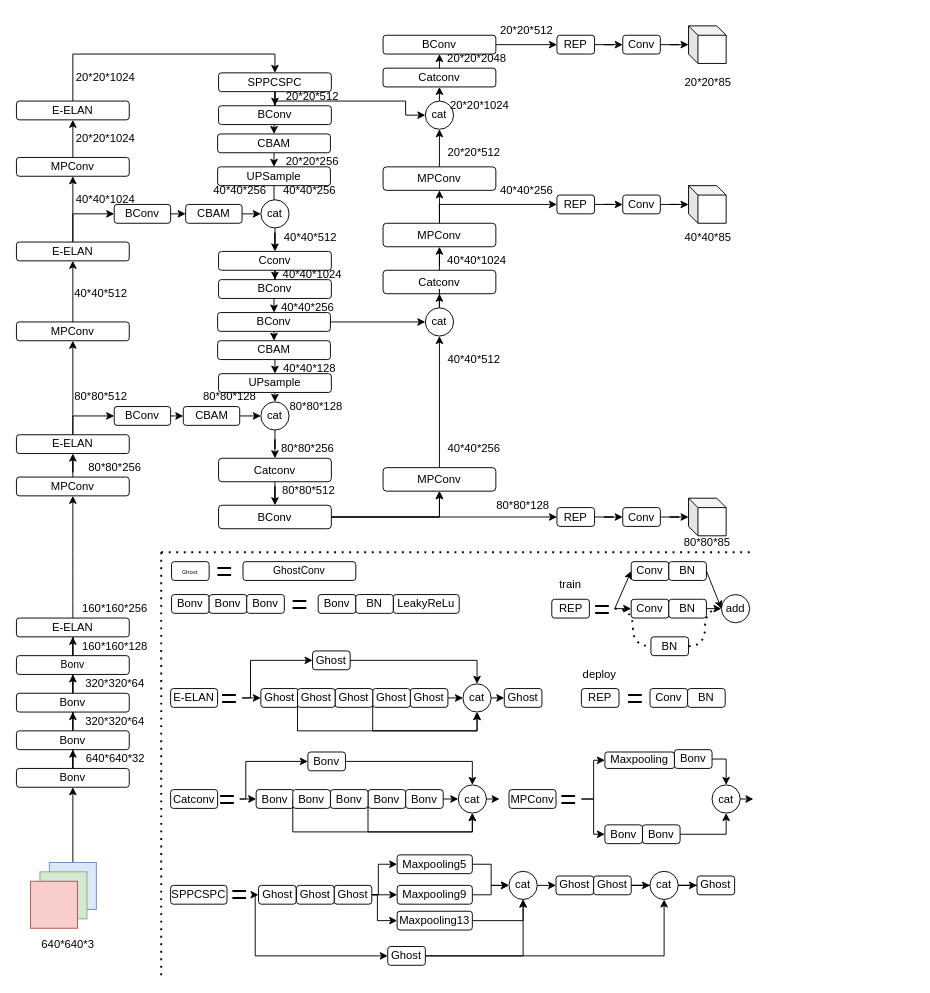
This is yolov7-xs3.drawio from YANGJUNYAN0715/papers, a draw.io file, before an edit. Source tidied: cells renumbered, new cells numbered last; positions are measured from the earlier drawing's top-left corner, leaving out a move shared by most shapes. Both pictures are drawn from the tidied source at 94%, with x=0, y=0 at pixel (16, 16).
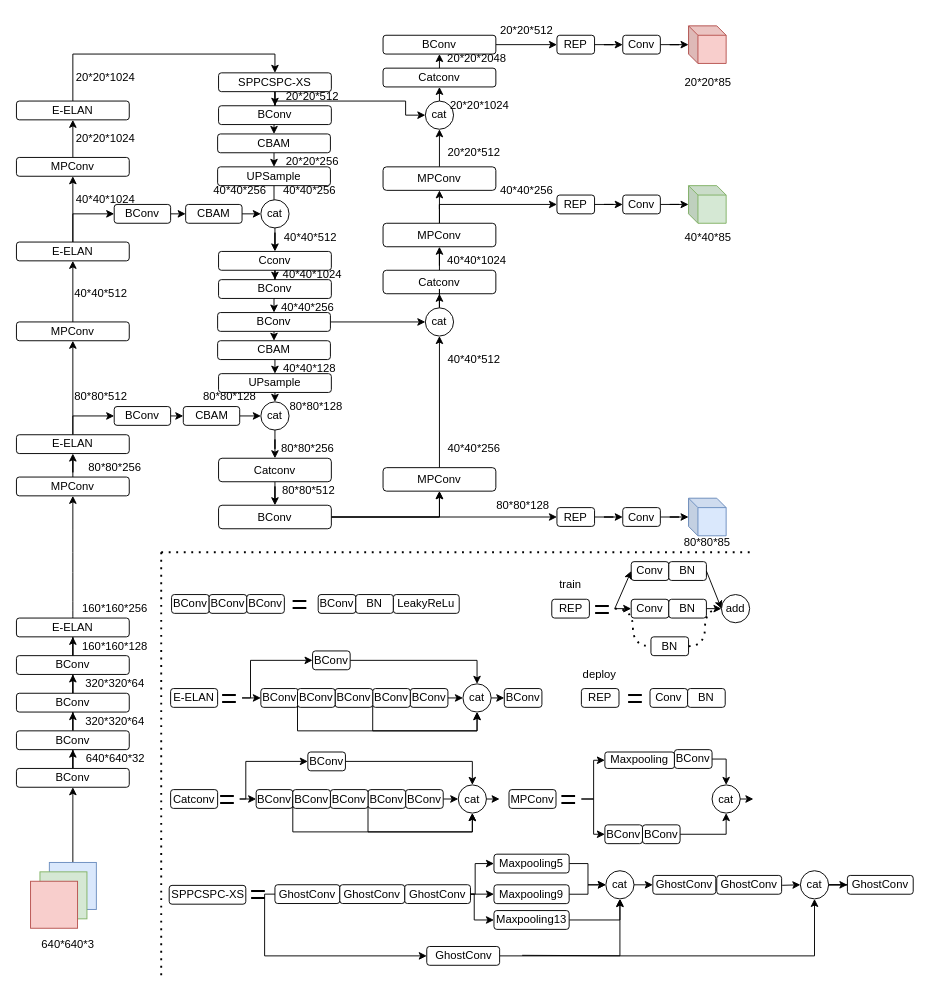
After the change.

Change to the diagram source:
```diff
@@
-    <mxCell id="7" value="Bonv" style="rounded=1;whiteSpace=wrap;html=1;" parent="1" vertex="1">
+    <mxCell id="7" value="BConv" style="rounded=1;whiteSpace=wrap;html=1;" parent="1" vertex="1">
       <mxGeometry y="800" width="120" height="20" as="geometry" />
     </mxCell>
@@
-    <mxCell id="9" value="Bonv" style="rounded=1;whiteSpace=wrap;html=1;" parent="1" vertex="1">
+    <mxCell id="9" value="BConv" style="rounded=1;whiteSpace=wrap;html=1;" parent="1" vertex="1">
       <mxGeometry y="760" width="120" height="20" as="geometry" />
     </mxCell>
@@
-    <mxCell id="11" value="Bonv" style="rounded=1;whiteSpace=wrap;html=1;" parent="1" vertex="1">
+    <mxCell id="11" value="BConv" style="rounded=1;whiteSpace=wrap;html=1;" parent="1" vertex="1">
       <mxGeometry y="720" width="120" height="20" as="geometry" />
     </mxCell>
@@
-    <mxCell id="13" value="&lt;font style=&quot;font-size: 11px;&quot;&gt;Bonv&lt;/font&gt;" style="rounded=1;whiteSpace=wrap;html=1;" parent="1" vertex="1">
+    <mxCell id="13" value="BConv" style="rounded=1;whiteSpace=wrap;html=1;" parent="1" vertex="1">
       <mxGeometry y="680" width="120" height="20" as="geometry" />
     </mxCell>
@@
-    <mxCell id="30" value="SPPCSPC" style="rounded=1;whiteSpace=wrap;html=1;" parent="1" vertex="1">
+    <mxCell id="30" value="SPPCSPC-XS" style="rounded=1;whiteSpace=wrap;html=1;" parent="1" vertex="1">
       <mxGeometry x="215" y="60" width="120" height="20" as="geometry" />
     </mxCell>
@@
-    <mxCell id="87" style="shape=cube;whiteSpace=wrap;html=1;boundedLbl=1;backgroundOutline=1;darkOpacity=0.05;darkOpacity2=0.1;size=10;fontStyle=1;" parent="1" vertex="1">
+    <mxCell id="87" style="shape=cube;whiteSpace=wrap;html=1;boundedLbl=1;backgroundOutline=1;darkOpacity=0.05;darkOpacity2=0.1;size=10;fontStyle=1;fillColor=#f8cecc;strokeColor=#b85450;" parent="1" vertex="1">
       <mxGeometry x="715" y="10" width="40" height="40" as="geometry" />
     </mxCell>
-    <mxCell id="88" style="shape=cube;whiteSpace=wrap;html=1;boundedLbl=1;backgroundOutline=1;darkOpacity=0.05;darkOpacity2=0.1;size=10;" parent="1" vertex="1">
+    <mxCell id="88" style="shape=cube;whiteSpace=wrap;html=1;boundedLbl=1;backgroundOutline=1;darkOpacity=0.05;darkOpacity2=0.1;size=10;fillColor=#d5e8d4;strokeColor=#82b366;" parent="1" vertex="1">
       <mxGeometry x="715" y="180" width="40" height="40" as="geometry" />
     </mxCell>
-    <mxCell id="89" style="shape=cube;whiteSpace=wrap;html=1;boundedLbl=1;backgroundOutline=1;darkOpacity=0.05;darkOpacity2=0.1;size=10;" parent="1" vertex="1">
+    <mxCell id="89" style="shape=cube;whiteSpace=wrap;html=1;boundedLbl=1;backgroundOutline=1;darkOpacity=0.05;darkOpacity2=0.1;size=10;fillColor=#dae8fc;strokeColor=#6c8ebf;" parent="1" vertex="1">
       <mxGeometry x="715" y="512.5" width="40" height="40" as="geometry" />
     </mxCell>
@@
-    <mxCell id="92" value="Bonv" style="rounded=1;whiteSpace=wrap;html=1;" parent="1" vertex="1">
+    <mxCell id="92" value="BConv" style="rounded=1;whiteSpace=wrap;html=1;" parent="1" vertex="1">
       <mxGeometry x="165" y="615" width="40" height="20" as="geometry" />
     </mxCell>
-    <mxCell id="93" value="Bonv" style="rounded=1;whiteSpace=wrap;html=1;" parent="1" vertex="1">
+    <mxCell id="93" value="BConv" style="rounded=1;whiteSpace=wrap;html=1;" parent="1" vertex="1">
       <mxGeometry x="205" y="615" width="40" height="20" as="geometry" />
     </mxCell>
-    <mxCell id="94" value="Bonv" style="rounded=1;whiteSpace=wrap;html=1;" parent="1" vertex="1">
+    <mxCell id="94" value="BConv" style="rounded=1;whiteSpace=wrap;html=1;" parent="1" vertex="1">
       <mxGeometry x="245" y="615" width="40" height="20" as="geometry" />
     </mxCell>
-    <mxCell id="95" value="Bonv" style="rounded=1;whiteSpace=wrap;html=1;" parent="1" vertex="1">
+    <mxCell id="95" value="BConv" style="rounded=1;whiteSpace=wrap;html=1;" parent="1" vertex="1">
       <mxGeometry x="321" y="615" width="40" height="20" as="geometry" />
     </mxCell>
@@
-    <mxCell id="99" value="Ghost" style="rounded=1;whiteSpace=wrap;html=1;" parent="1" vertex="1">
+    <mxCell id="99" value="BConv" style="rounded=1;whiteSpace=wrap;html=1;" parent="1" vertex="1">
       <mxGeometry x="260" y="715" width="40" height="20" as="geometry" />
     </mxCell>
-    <mxCell id="100" value="Ghost" style="rounded=1;whiteSpace=wrap;html=1;" parent="1" vertex="1">
+    <mxCell id="100" value="BConv" style="rounded=1;whiteSpace=wrap;html=1;" parent="1" vertex="1">
       <mxGeometry x="519" y="715" width="40" height="20" as="geometry" />
     </mxCell>
@@
-    <mxCell id="102" value="Ghost" style="rounded=1;whiteSpace=wrap;html=1;" parent="1" vertex="1">
+    <mxCell id="102" value="BConv" style="rounded=1;whiteSpace=wrap;html=1;" parent="1" vertex="1">
       <mxGeometry x="315" y="675" width="40" height="20" as="geometry" />
     </mxCell>
@@
-    <mxCell id="104" value="Ghost" style="rounded=1;whiteSpace=wrap;html=1;" parent="1" vertex="1">
+    <mxCell id="104" value="BConv" style="rounded=1;whiteSpace=wrap;html=1;" parent="1" vertex="1">
       <mxGeometry x="419" y="715" width="40" height="20" as="geometry" />
     </mxCell>
@@
-    <mxCell id="106" value="Ghost" style="rounded=1;whiteSpace=wrap;html=1;" parent="1" vertex="1">
+    <mxCell id="106" value="BConv" style="rounded=1;whiteSpace=wrap;html=1;" parent="1" vertex="1">
       <mxGeometry x="379" y="715" width="40" height="20" as="geometry" />
     </mxCell>
-    <mxCell id="107" value="Ghost" style="rounded=1;whiteSpace=wrap;html=1;" parent="1" vertex="1">
+    <mxCell id="107" value="BConv" style="rounded=1;whiteSpace=wrap;html=1;" parent="1" vertex="1">
       <mxGeometry x="339" y="715" width="40" height="20" as="geometry" />
     </mxCell>
@@
-    <mxCell id="109" value="Ghost" style="rounded=1;whiteSpace=wrap;html=1;" parent="1" vertex="1">
+    <mxCell id="109" value="BConv" style="rounded=1;whiteSpace=wrap;html=1;" parent="1" vertex="1">
       <mxGeometry x="299" y="715" width="40" height="20" as="geometry" />
     </mxCell>
@@
-    <mxCell id="113" value="Bonv" style="rounded=1;whiteSpace=wrap;html=1;" parent="1" vertex="1">
-      <mxGeometry x="255" y="822.5" width="40" height="20" as="geometry" />
+    <mxCell id="113" value="BConv" style="rounded=1;whiteSpace=wrap;html=1;" parent="1" vertex="1">
+      <mxGeometry x="255" y="822.5" width="39" height="20" as="geometry" />
     </mxCell>
@@
-    <mxCell id="115" value="Bonv" style="rounded=1;whiteSpace=wrap;html=1;" parent="1" vertex="1">
+    <mxCell id="115" value="BConv" style="rounded=1;whiteSpace=wrap;html=1;" parent="1" vertex="1">
       <mxGeometry x="310" y="782.5" width="40" height="20" as="geometry" />
     </mxCell>
@@
-    <mxCell id="117" value="Bonv" style="rounded=1;whiteSpace=wrap;html=1;" parent="1" vertex="1">
+    <mxCell id="117" value="BConv" style="rounded=1;whiteSpace=wrap;html=1;" parent="1" vertex="1">
       <mxGeometry x="414" y="822.5" width="40" height="20" as="geometry" />
     </mxCell>
@@
-    <mxCell id="119" value="Bonv" style="rounded=1;whiteSpace=wrap;html=1;" parent="1" vertex="1">
+    <mxCell id="119" value="BConv" style="rounded=1;whiteSpace=wrap;html=1;" parent="1" vertex="1">
       <mxGeometry x="374" y="822.5" width="40" height="20" as="geometry" />
     </mxCell>
-    <mxCell id="120" value="Bonv" style="rounded=1;whiteSpace=wrap;html=1;" parent="1" vertex="1">
+    <mxCell id="120" value="BConv" style="rounded=1;whiteSpace=wrap;html=1;" parent="1" vertex="1">
       <mxGeometry x="334" y="822.5" width="40" height="20" as="geometry" />
     </mxCell>
@@
-    <mxCell id="122" value="&lt;p style=&quot;line-height: 120%;&quot;&gt;Bonv&lt;br&gt;&lt;/p&gt;" style="rounded=1;whiteSpace=wrap;html=1;" parent="1" vertex="1">
+    <mxCell id="122" value="&lt;p style=&quot;line-height: 120%;&quot;&gt;BConv&lt;br&gt;&lt;/p&gt;" style="rounded=1;whiteSpace=wrap;html=1;" parent="1" vertex="1">
       <mxGeometry x="294" y="822.5" width="40" height="20" as="geometry" />
     </mxCell>
@@
-    <mxCell id="126" value="Bonv" style="rounded=1;whiteSpace=wrap;html=1;" parent="1" vertex="1">
+    <mxCell id="126" value="BConv" style="rounded=1;whiteSpace=wrap;html=1;" parent="1" vertex="1">
       <mxGeometry x="626" y="860" width="40" height="20" as="geometry" />
     </mxCell>
@@
-    <mxCell id="129" value="Bonv" style="rounded=1;whiteSpace=wrap;html=1;" parent="1" vertex="1">
+    <mxCell id="129" value="BConv" style="rounded=1;whiteSpace=wrap;html=1;" parent="1" vertex="1">
       <mxGeometry x="666" y="860" width="40" height="20" as="geometry" />
     </mxCell>
@@
-    <mxCell id="131" value="Bonv" style="rounded=1;whiteSpace=wrap;html=1;" parent="1" vertex="1">
+    <mxCell id="131" value="BConv" style="rounded=1;whiteSpace=wrap;html=1;" parent="1" vertex="1">
       <mxGeometry x="700" y="780" width="40" height="20" as="geometry" />
     </mxCell>
@@
-    <mxCell id="133" value="SPPCSPC" style="rounded=1;whiteSpace=wrap;html=1;" parent="1" vertex="1">
-      <mxGeometry x="164" y="924.4" width="60" height="20" as="geometry" />
+    <mxCell id="133" value="SPPCSPC-XS" style="rounded=1;whiteSpace=wrap;html=1;" parent="1" vertex="1">
+      <mxGeometry x="162.5" y="924.4" width="81.5" height="20" as="geometry" />
     </mxCell>
-    <mxCell id="134" value="Ghost" style="rounded=1;whiteSpace=wrap;html=1;" parent="1" vertex="1">
-      <mxGeometry x="257.5" y="924.4" width="40" height="20" as="geometry" />
+    <mxCell id="134" value="GhostConv" style="rounded=1;whiteSpace=wrap;html=1;" parent="1" vertex="1">
+      <mxGeometry x="275" y="923.7" width="69" height="20" as="geometry" />
     </mxCell>
-    <mxCell id="135" style="edgeStyle=orthogonalEdgeStyle;rounded=0;jettySize=auto;html=1;exitX=1;exitY=0.5;exitDx=0;exitDy=0;entryX=0;entryY=0.5;entryDx=0;entryDy=0;" parent="1" edge="1" source="138" target="145">
-      <mxGeometry relative="1" as="geometry" />
+    <mxCell id="135" style="edgeStyle=orthogonalEdgeStyle;rounded=0;jettySize=auto;html=1;exitX=1;exitY=0.5;exitDx=0;exitDy=0;entryX=0;entryY=0.5;entryDx=0;entryDy=0;" parent="1" edge="1" target="145">
+      <mxGeometry relative="1" as="geometry">
+        <mxPoint x="481" y="933.7" as="sourcePoint" />
+      </mxGeometry>
     </mxCell>
-    <mxCell id="136" style="edgeStyle=orthogonalEdgeStyle;rounded=0;jettySize=auto;html=1;exitX=1;exitY=0.5;exitDx=0;exitDy=0;entryX=0;entryY=0.5;entryDx=0;entryDy=0;" parent="1" edge="1" source="138" target="143">
+    <mxCell id="136" style="edgeStyle=orthogonalEdgeStyle;rounded=0;jettySize=auto;html=1;exitX=1;exitY=0.5;exitDx=0;exitDy=0;entryX=0;entryY=0.5;entryDx=0;entryDy=0;" parent="1" edge="1" target="143">
       <mxGeometry relative="1" as="geometry">
+        <mxPoint x="481" y="933.7" as="sourcePoint" />
         <Array as="points">
-          <mxPoint x="385" y="934.4" />
-          <mxPoint x="385" y="902.4" />
+          <mxPoint x="488" y="933.8" />
+          <mxPoint x="488" y="901.8" />
         </Array>
       </mxGeometry>
     </mxCell>
-    <mxCell id="137" style="edgeStyle=orthogonalEdgeStyle;rounded=0;jettySize=auto;html=1;exitX=1;exitY=0.5;exitDx=0;exitDy=0;entryX=0;entryY=0.5;entryDx=0;entryDy=0;" parent="1" edge="1" source="138" target="147">
+    <mxCell id="137" style="edgeStyle=orthogonalEdgeStyle;rounded=0;jettySize=auto;html=1;exitX=1;exitY=0.5;exitDx=0;exitDy=0;entryX=0;entryY=0.5;entryDx=0;entryDy=0;" parent="1" edge="1" target="147">
       <mxGeometry relative="1" as="geometry">
+        <mxPoint x="481" y="933.7" as="sourcePoint" />
         <Array as="points">
-          <mxPoint x="384" y="934.4" />
-          <mxPoint x="384" y="962.4" />
+          <mxPoint x="487" y="934" />
+          <mxPoint x="487" y="961" />
         </Array>
       </mxGeometry>
     </mxCell>
-    <mxCell id="138" value="Ghost" style="rounded=1;whiteSpace=wrap;html=1;" parent="1" vertex="1">
-      <mxGeometry x="338" y="924.4" width="40" height="20" as="geometry" />
+    <mxCell id="138" value="GhostConv" style="rounded=1;whiteSpace=wrap;html=1;" parent="1" vertex="1">
+      <mxGeometry x="413" y="923.7" width="70" height="20" as="geometry" />
     </mxCell>
-    <mxCell id="139" value="Ghost" style="rounded=1;whiteSpace=wrap;html=1;" parent="1" vertex="1">
-      <mxGeometry x="298" y="924.4" width="40" height="20" as="geometry" />
+    <mxCell id="139" value="GhostConv" style="rounded=1;whiteSpace=wrap;html=1;" parent="1" vertex="1">
+      <mxGeometry x="344" y="923.7" width="69" height="20" as="geometry" />
     </mxCell>
@@
     <mxCell id="141" value="cat" style="ellipse;whiteSpace=wrap;html=1;rounded=1;" parent="1" vertex="1">
-      <mxGeometry x="524" y="909.4" width="30" height="30" as="geometry" />
+      <mxGeometry x="627" y="908.8" width="30" height="30" as="geometry" />
     </mxCell>
@@
     <mxCell id="143" value="Maxpooling5" style="rounded=1;whiteSpace=wrap;html=1;" parent="1" vertex="1">
-      <mxGeometry x="405" y="891.9" width="80" height="20" as="geometry" />
+      <mxGeometry x="508" y="891.2" width="80" height="20" as="geometry" />
     </mxCell>
@@
     <mxCell id="145" value="Maxpooling9" style="rounded=1;whiteSpace=wrap;html=1;" parent="1" vertex="1">
-      <mxGeometry x="405" y="924.4" width="80" height="20" as="geometry" />
+      <mxGeometry x="508" y="923.8" width="80" height="20" as="geometry" />
     </mxCell>
@@
     <mxCell id="147" value="Maxpooling13" style="rounded=1;whiteSpace=wrap;html=1;" parent="1" vertex="1">
-      <mxGeometry x="405" y="951.9" width="80" height="20" as="geometry" />
+      <mxGeometry x="508" y="951.2" width="80" height="20" as="geometry" />
     </mxCell>
-    <mxCell id="148" value="Ghost" style="rounded=1;whiteSpace=wrap;html=1;" parent="1" vertex="1">
-      <mxGeometry x="574" y="914.4" width="40" height="20" as="geometry" />
+    <mxCell id="148" value="GhostConv" style="rounded=1;whiteSpace=wrap;html=1;" parent="1" vertex="1">
+      <mxGeometry x="677" y="913.8" width="67" height="20" as="geometry" />
     </mxCell>
-    <mxCell id="149" style="edgeStyle=orthogonalEdgeStyle;rounded=0;jettySize=auto;html=1;" parent="1" edge="1" source="150" target="152">
-      <mxGeometry relative="1" as="geometry" />
+    <mxCell id="149" style="edgeStyle=orthogonalEdgeStyle;rounded=0;jettySize=auto;html=1;" parent="1" edge="1" target="152">
+      <mxGeometry relative="1" as="geometry">
+        <mxPoint x="794" y="923.8" as="sourcePoint" />
+      </mxGeometry>
     </mxCell>
-    <mxCell id="150" value="Ghost" style="rounded=1;whiteSpace=wrap;html=1;" parent="1" vertex="1">
-      <mxGeometry x="614" y="914.4" width="40" height="20" as="geometry" />
+    <mxCell id="150" value="GhostConv" style="rounded=1;whiteSpace=wrap;html=1;" parent="1" vertex="1">
+      <mxGeometry x="745" y="913.8" width="69" height="20" as="geometry" />
     </mxCell>
@@
     <mxCell id="152" value="cat" style="ellipse;whiteSpace=wrap;html=1;rounded=1;" parent="1" vertex="1">
-      <mxGeometry x="674" y="909.4" width="30" height="30" as="geometry" />
+      <mxGeometry x="834" y="908.8" width="30" height="30" as="geometry" />
     </mxCell>
-    <mxCell id="153" value="Ghost" style="rounded=1;whiteSpace=wrap;html=1;" parent="1" vertex="1">
-      <mxGeometry x="724" y="914.4" width="40" height="20" as="geometry" />
+    <mxCell id="153" value="GhostConv" style="rounded=1;whiteSpace=wrap;html=1;" parent="1" vertex="1">
+      <mxGeometry x="884" y="913.8" width="70" height="20" as="geometry" />
     </mxCell>
-    <mxCell id="154" style="edgeStyle=orthogonalEdgeStyle;rounded=0;jettySize=auto;html=1;exitX=1;exitY=0.5;exitDx=0;exitDy=0;entryX=0.5;entryY=1;entryDx=0;entryDy=0;" parent="1" edge="1" source="156" target="141">
-      <mxGeometry relative="1" as="geometry" />
+    <mxCell id="154" style="edgeStyle=orthogonalEdgeStyle;rounded=0;jettySize=auto;html=1;exitX=1;exitY=0.5;exitDx=0;exitDy=0;entryX=0.5;entryY=1;entryDx=0;entryDy=0;" parent="1" edge="1" target="141">
+      <mxGeometry relative="1" as="geometry">
+        <mxPoint x="538" y="998.8" as="sourcePoint" />
+      </mxGeometry>
     </mxCell>
@@
-    <mxCell id="156" value="Ghost" style="rounded=1;whiteSpace=wrap;html=1;" parent="1" vertex="1">
-      <mxGeometry x="395" y="989.4" width="40" height="20" as="geometry" />
+    <mxCell id="156" value="GhostConv" style="rounded=1;whiteSpace=wrap;html=1;" parent="1" vertex="1">
+      <mxGeometry x="436.5" y="989.4" width="77.5" height="20" as="geometry" />
     </mxCell>
@@
-    <mxCell id="166" style="edgeStyle=orthogonalEdgeStyle;rounded=0;jettySize=auto;html=1;exitX=1;exitY=0.5;exitDx=0;exitDy=0;entryX=0;entryY=0.5;entryDx=0;entryDy=0;fontSize=30;" parent="1" edge="1" source="168" target="134">
-      <mxGeometry relative="1" as="geometry" />
-    </mxCell>
-    <mxCell id="167" style="edgeStyle=orthogonalEdgeStyle;rounded=0;jettySize=auto;html=1;exitX=1;exitY=0.5;exitDx=0;exitDy=0;entryX=0;entryY=0.5;entryDx=0;entryDy=0;fontSize=30;" parent="1" edge="1" source="168" target="156">
+    <mxCell id="167" style="edgeStyle=orthogonalEdgeStyle;rounded=0;jettySize=auto;html=1;entryX=0;entryY=0.5;entryDx=0;entryDy=0;fontSize=30;exitX=0;exitY=0.5;exitDx=0;exitDy=0;" parent="1" edge="1" source="134" target="156">
       <mxGeometry relative="1" as="geometry">
         <Array as="points">
-          <mxPoint x="254" y="934.6" />
-          <mxPoint x="254" y="999.6" />
+          <mxPoint x="264" y="934" />
+          <mxPoint x="264" y="999" />
         </Array>
       </mxGeometry>
     </mxCell>
     <mxCell id="168" value="=" style="text;html=1;strokeColor=none;fillColor=none;align=center;verticalAlign=middle;whiteSpace=wrap;rounded=0;strokeWidth=1;fontSize=30;" parent="1" vertex="1">
-      <mxGeometry x="224" y="919.4" width="27" height="30" as="geometry" />
+      <mxGeometry x="244" y="919.4" width="27" height="30" as="geometry" />
     </mxCell>
@@
-    <mxCell id="238" value="&lt;font face=&quot;Tahoma&quot; style=&quot;font-size: 6px;&quot;&gt;Ghost&lt;/font&gt;" style="rounded=1;whiteSpace=wrap;html=1;" parent="1" vertex="1">
-      <mxGeometry x="165" y="580" width="40" height="20" as="geometry" />
-    </mxCell>
-    <mxCell id="239" value="=" style="text;html=1;strokeColor=none;fillColor=none;align=center;verticalAlign=middle;whiteSpace=wrap;rounded=0;strokeWidth=1;fontSize=30;" parent="1" vertex="1">
-      <mxGeometry x="207.5" y="575" width="27" height="30" as="geometry" />
-    </mxCell>
-    <mxCell id="240" value="&lt;font style=&quot;font-size: 11px;&quot;&gt;GhostConv&lt;/font&gt;" style="rounded=1;whiteSpace=wrap;html=1;" parent="1" vertex="1">
-      <mxGeometry x="241" y="580" width="120" height="20" as="geometry" />
-    </mxCell>
```
